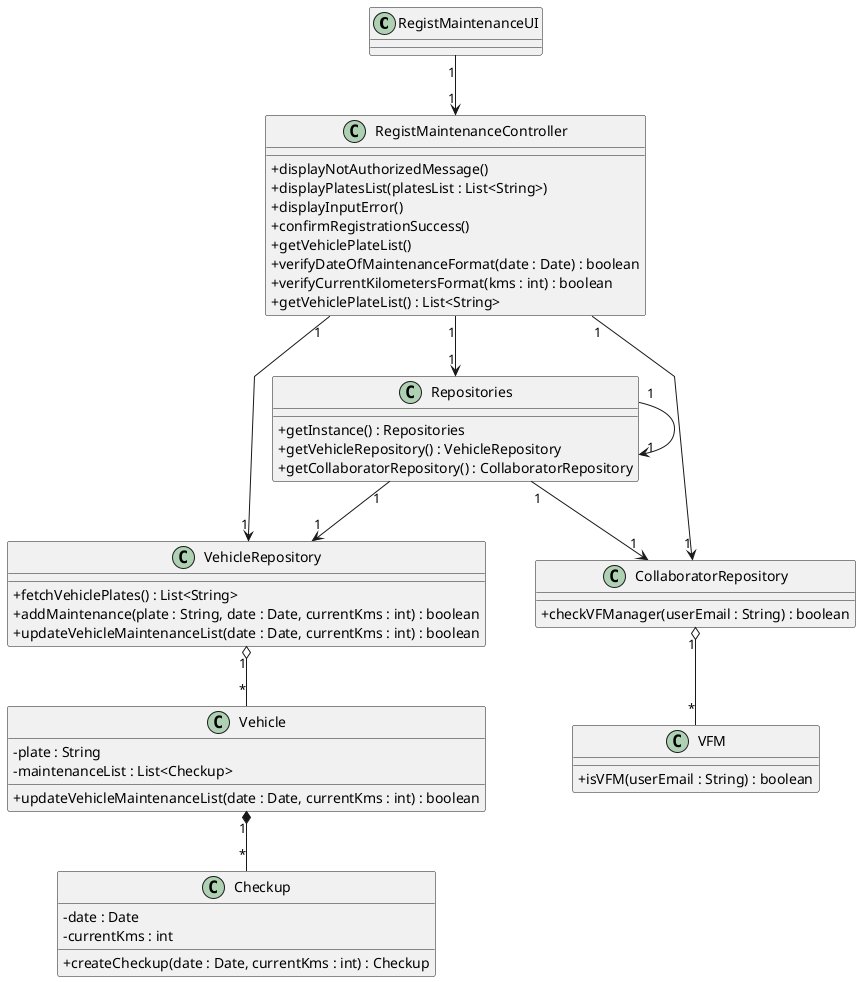
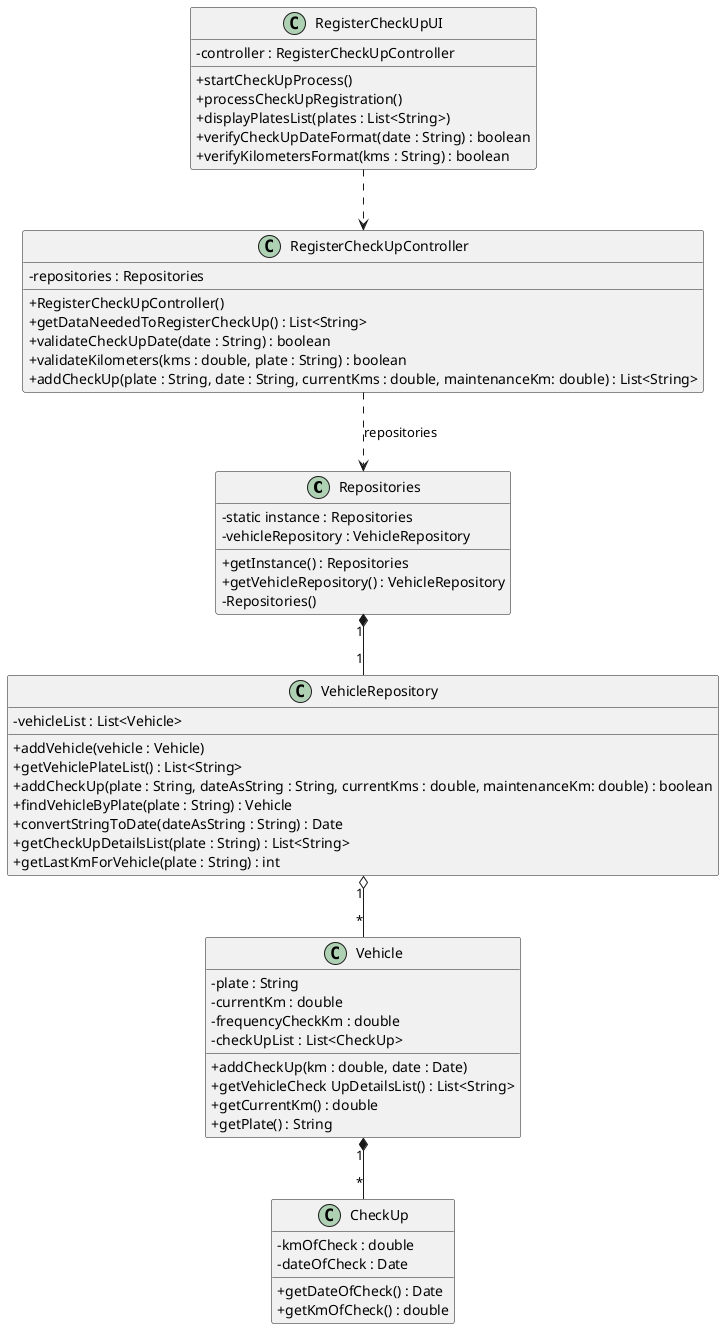
@startuml
- 
'skinparam monochrome true
skinparam packageStyle rectangle
skinparam shadowing false
skinparam linetype polyline
- 'skinparam linetype orto

skinparam classAttributeIconSize 0

- class RegistMaintenanceUI {
- }
- 
- class RegistMaintenanceController {
-     + displayNotAuthorizedMessage()
-     + displayPlatesList(platesList : List<String>)
-     + displayInputError()
-     + confirmRegistrationSuccess()
-     + getVehiclePlateList()
-     + verifyDateOfMaintenanceFormat(date : Date) : boolean
-     + verifyCurrentKilometersFormat(kms : int) : boolean
-     + getVehiclePlateList() : List<String>
- }
- 
class Repositories {
+     - static instance : Repositories
+     - vehicleRepository : VehicleRepository
    + getInstance() : Repositories
    + getVehicleRepository() : VehicleRepository
-     + getCollaboratorRepository() : CollaboratorRepository
+     - Repositories()
}

class VehicleRepository {
-     + fetchVehiclePlates() : List<String>
-     + addMaintenance(plate : String, date : Date, currentKms : int) : boolean
-     + updateVehicleMaintenanceList(date : Date, currentKms : int) : boolean
+     - vehicleList : List<Vehicle>
+     + addVehicle(vehicle : Vehicle)
+     + getVehiclePlateList() : List<String>
+     + addCheckUp(plate : String, dateAsString : String, currentKms : double, maintenanceKm: double) : boolean
+     + findVehicleByPlate(plate : String) : Vehicle
+     + convertStringToDate(dateAsString : String) : Date
+     + getCheckUpDetailsList(plate : String) : List<String>
+     + getLastKmForVehicle(plate : String) : int
}

- class CollaboratorRepository {
-     + checkVFManager(userEmail : String) : boolean
+ class RegisterCheckUpUI {
+     - controller : RegisterCheckUpController
+     + startCheckUpProcess()
+     + processCheckUpRegistration()
+     + displayPlatesList(plates : List<String>)
+     + verifyCheckUpDateFormat(date : String) : boolean
+     + verifyKilometersFormat(kms : String) : boolean
}

- class VFM {
-     + isVFM(userEmail : String) : boolean
+ class RegisterCheckUpController {
+     - repositories : Repositories
+     + RegisterCheckUpController()
+     + getDataNeededToRegisterCheckUp() : List<String>
+     + validateCheckUpDate(date : String) : boolean
+     + validateKilometers(kms : double, plate : String) : boolean
+     + addCheckUp(plate : String, date : String, currentKms : double, maintenanceKm: double) : List<String>
}

class Vehicle {
    - plate : String
-     - maintenanceList : List<Checkup>
-     + updateVehicleMaintenanceList(date : Date, currentKms : int) : boolean
+     - currentKm : double
+     - frequencyCheckKm : double
+     - checkUpList : List<CheckUp>
+     + addCheckUp(km : double, date : Date)
+     + getVehicleCheck UpDetailsList() : List<String>
+     + getCurrentKm() : double
+     + getPlate() : String
}

- class Checkup {
-     - date : Date
-     - currentKms : int
-     + createCheckup(date : Date, currentKms : int) : Checkup
+ class CheckUp {
+     - kmOfCheck : double
+     - dateOfCheck : Date
+     + getDateOfCheck() : Date
+     + getKmOfCheck() : double
}

- RegistMaintenanceUI "1" --> "1" RegistMaintenanceController
- RegistMaintenanceController "1"  --> "1"  Repositories
- RegistMaintenanceController "1"  --> "1"  VehicleRepository
- RegistMaintenanceController "1"  --> "1"  CollaboratorRepository
- Repositories "1" --> "1"  VehicleRepository
- Repositories "1" --> "1" CollaboratorRepository
- Repositories "1" --> "1"  Repositories
- 
+ RegisterCheckUpUI ..> RegisterCheckUpController
+ RegisterCheckUpController ..> Repositories: repositories
+ Repositories "1" *-- "1" VehicleRepository
VehicleRepository "1" o-- "*" Vehicle
- Vehicle "1" *-- "*" Checkup
- CollaboratorRepository "1" o-- "*" VFM
+ Vehicle "1" *-- "*" CheckUp

@enduml
